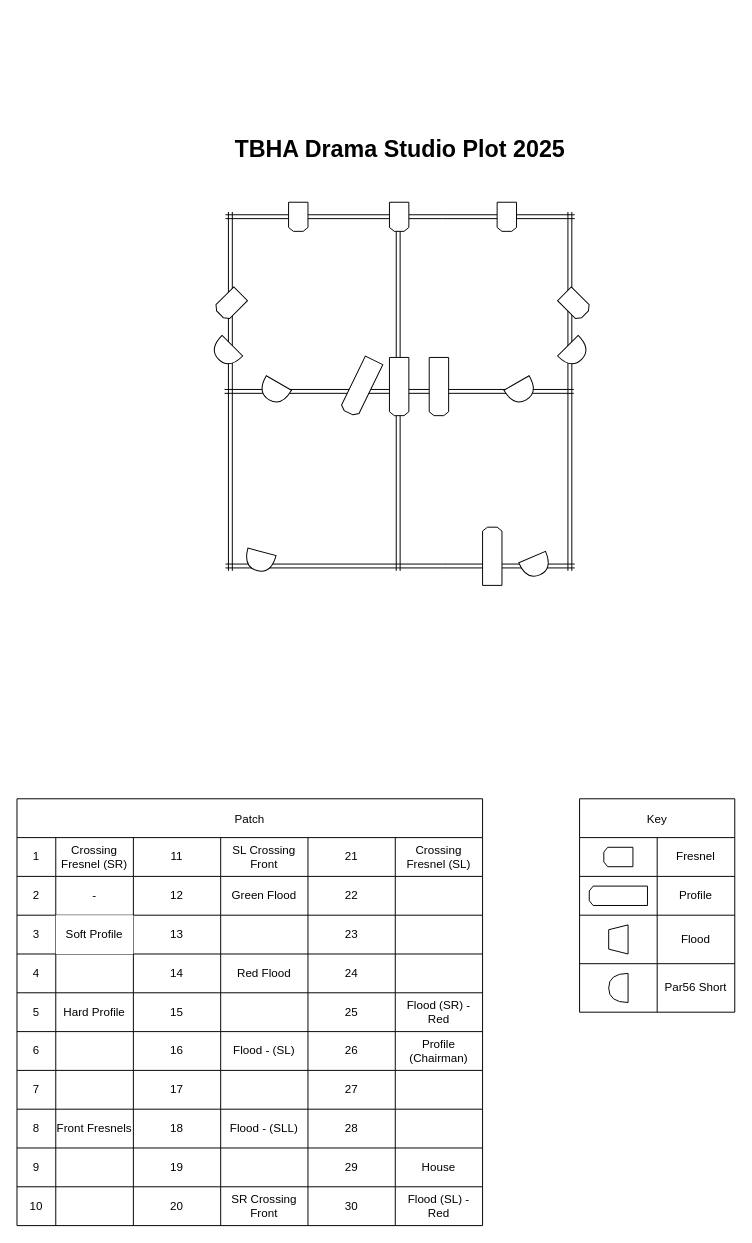
Oliver2081/lighting-plots keeps this draw.io diagram as Drama Studio 2025.drawio. Above is the earlier version. Source tidied: cells renumbered, new cells numbered last; positions are measured from the earlier drawing's top-left corner, leaving out a move shared by most shapes. Both pictures are drawn from the tidied source at 97%, with x=0, y=0 at pixel (16, 129).
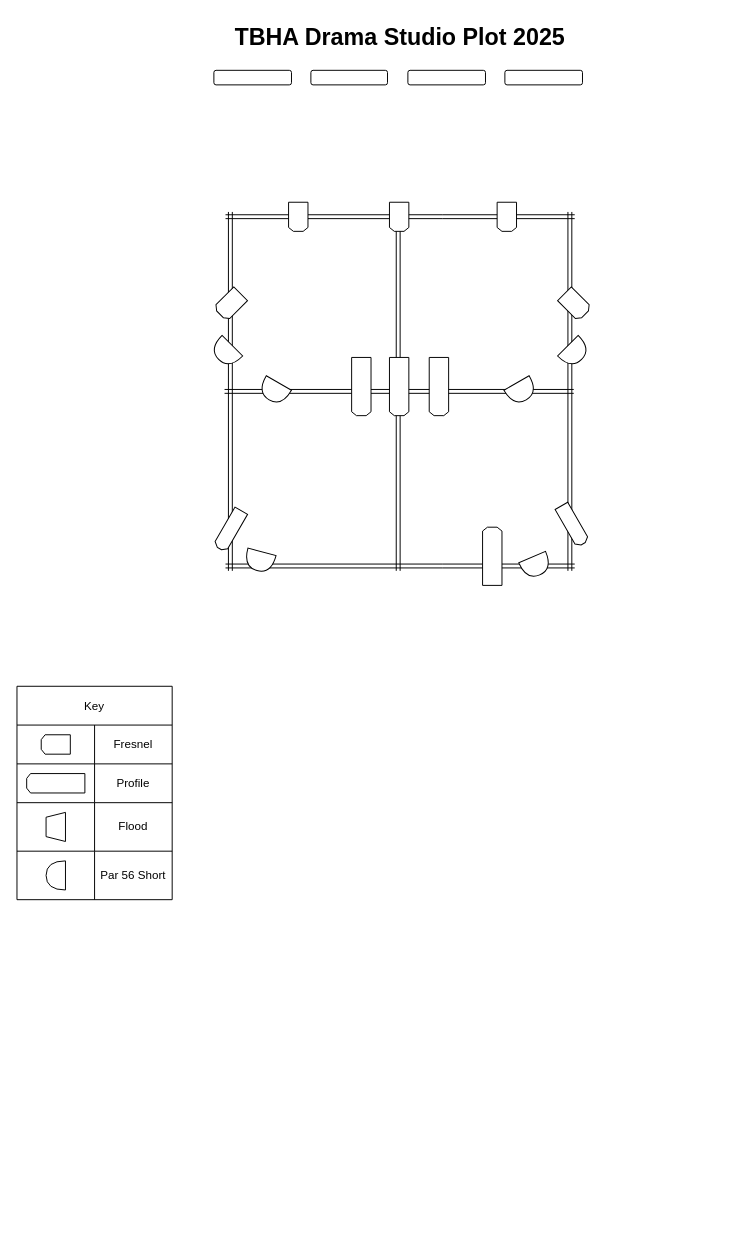
The same diagram, later.

Unchanged cells that the change refers to:
```xml
<mxCell id="12" style="shape=tableRow;horizontal=0;startSize=0;swimlaneHead=0;swimlaneBody=0;strokeColor=inherit;top=0;left=0;bottom=0;right=0;fillColor=none;" parent="2" vertex="1">
  <mxGeometry y="170" width="160" height="50" as="geometry" />
</mxCell>
```

What changed in the source:
```diff
@@
     <mxCell id="2" value="Key" style="shape=table;startSize=40;childLayout=tableLayout;" parent="1" vertex="1">
-      <mxGeometry x="580" y="690" width="160" height="220" as="geometry" />
+      <mxGeometry y="574" width="160" height="220" as="geometry" />
     </mxCell>
@@
-    <mxCell id="14" value="Par56 Short" style="shape=partialRectangle;html=1;whiteSpace=wrap;strokeColor=inherit;overflow=hidden;fillColor=none;top=0;left=0;bottom=0;right=0;" parent="12" vertex="1">
+    <mxCell id="14" value="Par 56 Short" style="shape=partialRectangle;html=1;whiteSpace=wrap;strokeColor=inherit;overflow=hidden;fillColor=none;top=0;left=0;bottom=0;right=0;" parent="12" vertex="1">
       <mxGeometry x="80" width="80" height="50" as="geometry" />
     </mxCell>
@@
     <mxCell id="17" value="&lt;h1 style=&quot;margin-top: 0px;&quot;&gt;TBHA Drama Studio Plot 2025&lt;/h1&gt;" style="text;html=1;whiteSpace=wrap;overflow=hidden;rounded=0;align=center;" parent="1" vertex="1">
-      <mxGeometry x="55" width="680" height="40" as="geometry" />
+      <mxGeometry x="55" y="-116" width="680" height="40" as="geometry" />
     </mxCell>
     <mxCell id="18" style="shape=loopLimit;whiteSpace=wrap;html=1;rotation=0;size=5;direction=north;" parent="1" vertex="1">
-      <mxGeometry x="605" y="740" width="30" height="20" as="geometry" />
+      <mxGeometry x="25" y="624" width="30" height="20" as="geometry" />
     </mxCell>
     <mxCell id="19" style="shape=loopLimit;whiteSpace=wrap;html=1;rotation=0;size=5;labelBorderColor=default;align=center;verticalAlign=middle;direction=north;" parent="1" vertex="1">
-      <mxGeometry x="590" y="780" width="60" height="20" as="geometry" />
+      <mxGeometry x="10" y="664" width="60" height="20" as="geometry" />
     </mxCell>
     <mxCell id="20" style="shape=trapezoid;perimeter=trapezoidPerimeter;whiteSpace=wrap;html=1;fixedSize=1;size=5;direction=north;" parent="1" vertex="1">
-      <mxGeometry x="610" y="820" width="20" height="30" as="geometry" />
+      <mxGeometry x="30" y="704" width="20" height="30" as="geometry" />
     </mxCell>
-    <mxCell id="21" value="Patch" style="shape=table;startSize=40;childLayout=tableLayout;" parent="1" vertex="1">
-      <mxGeometry y="690" width="480" height="440" as="geometry" />
-    </mxCell>
-    <mxCell id="22" style="shape=tableRow;horizontal=0;startSize=0;swimlaneHead=0;swimlaneBody=0;strokeColor=inherit;top=0;left=0;bottom=0;right=0;fillColor=none;" parent="21" vertex="1">
-      <mxGeometry y="40" width="480" height="40" as="geometry" />
-    </mxCell>
-    <mxCell id="23" value="1" style="shape=partialRectangle;html=1;whiteSpace=wrap;strokeColor=inherit;overflow=hidden;fillColor=none;top=0;left=0;bottom=0;right=0;" parent="22" vertex="1">
-      <mxGeometry width="40" height="40" as="geometry" />
-    </mxCell>
-    <mxCell id="24" value="Crossing Fresnel (SR)" style="shape=partialRectangle;html=1;whiteSpace=wrap;strokeColor=inherit;overflow=hidden;fillColor=none;top=0;left=0;bottom=0;right=0;" parent="22" vertex="1">
-      <mxGeometry x="40" width="80" height="40" as="geometry" />
-    </mxCell>
-    <mxCell id="25" value="11" style="shape=partialRectangle;html=1;whiteSpace=wrap;strokeColor=inherit;overflow=hidden;fillColor=none;top=0;left=0;bottom=0;right=0;" parent="22" vertex="1">
-      <mxGeometry x="120" width="90" height="40" as="geometry" />
-    </mxCell>
-    <mxCell id="26" value="SL Crossing Front" style="shape=partialRectangle;html=1;whiteSpace=wrap;strokeColor=inherit;overflow=hidden;fillColor=none;top=0;left=0;bottom=0;right=0;" parent="22" vertex="1">
-      <mxGeometry x="210" width="90" height="40" as="geometry" />
-    </mxCell>
-    <mxCell id="27" value="21" style="shape=partialRectangle;html=1;whiteSpace=wrap;strokeColor=inherit;overflow=hidden;fillColor=none;top=0;left=0;bottom=0;right=0;" parent="22" vertex="1">
-      <mxGeometry x="300" width="90" height="40" as="geometry" />
-    </mxCell>
-    <mxCell id="28" value="Crossing Fresnel (SL)" style="shape=partialRectangle;html=1;whiteSpace=wrap;strokeColor=inherit;overflow=hidden;fillColor=none;top=0;left=0;bottom=0;right=0;" parent="22" vertex="1">
-      <mxGeometry x="390" width="90" height="40" as="geometry" />
-    </mxCell>
-    <mxCell id="29" style="shape=tableRow;horizontal=0;startSize=0;swimlaneHead=0;swimlaneBody=0;strokeColor=inherit;top=0;left=0;bottom=0;right=0;fillColor=none;" parent="21" vertex="1">
-      <mxGeometry y="80" width="480" height="40" as="geometry" />
-    </mxCell>
-    <mxCell id="30" value="2" style="shape=partialRectangle;html=1;whiteSpace=wrap;strokeColor=inherit;overflow=hidden;fillColor=none;top=0;left=0;bottom=0;right=0;" parent="29" vertex="1">
-      <mxGeometry width="40" height="40" as="geometry" />
-    </mxCell>
-    <mxCell id="31" value="-" style="shape=partialRectangle;html=1;whiteSpace=wrap;strokeColor=inherit;overflow=hidden;fillColor=none;top=0;left=0;bottom=0;right=0;" parent="29" vertex="1">
-      <mxGeometry x="40" width="80" height="40" as="geometry" />
-    </mxCell>
-    <mxCell id="32" value="12" style="shape=partialRectangle;html=1;whiteSpace=wrap;strokeColor=inherit;overflow=hidden;fillColor=none;top=0;left=0;bottom=0;right=0;" parent="29" vertex="1">
-      <mxGeometry x="120" width="90" height="40" as="geometry" />
-    </mxCell>
-    <mxCell id="33" value="Green Flood" style="shape=partialRectangle;html=1;whiteSpace=wrap;strokeColor=inherit;overflow=hidden;fillColor=none;top=0;left=0;bottom=0;right=0;" parent="29" vertex="1">
-      <mxGeometry x="210" width="90" height="40" as="geometry" />
-    </mxCell>
-    <mxCell id="34" value="22" style="shape=partialRectangle;html=1;whiteSpace=wrap;strokeColor=inherit;overflow=hidden;fillColor=none;top=0;left=0;bottom=0;right=0;" parent="29" vertex="1">
-      <mxGeometry x="300" width="90" height="40" as="geometry" />
-    </mxCell>
-    <mxCell id="35" style="shape=partialRectangle;html=1;whiteSpace=wrap;strokeColor=inherit;overflow=hidden;fillColor=none;top=0;left=0;bottom=0;right=0;" parent="29" vertex="1">
-      <mxGeometry x="390" width="90" height="40" as="geometry" />
-    </mxCell>
-    <mxCell id="36" style="shape=tableRow;horizontal=0;startSize=0;swimlaneHead=0;swimlaneBody=0;strokeColor=inherit;top=0;left=0;bottom=0;right=0;fillColor=none;" parent="21" vertex="1">
-      <mxGeometry y="120" width="480" height="40" as="geometry" />
-    </mxCell>
-    <mxCell id="37" value="3" style="shape=partialRectangle;html=1;whiteSpace=wrap;strokeColor=inherit;overflow=hidden;fillColor=none;top=0;left=0;bottom=0;right=0;" parent="36" vertex="1">
-      <mxGeometry width="40" height="40" as="geometry" />
-    </mxCell>
-    <mxCell id="38" value="Soft Profile" style="shape=partialRectangle;html=1;whiteSpace=wrap;strokeColor=inherit;overflow=hidden;fillColor=default;top=0;left=0;bottom=0;right=0;" parent="36" vertex="1">
-      <mxGeometry x="40" width="80" height="40" as="geometry" />
-    </mxCell>
-    <mxCell id="39" value="13" style="shape=partialRectangle;html=1;whiteSpace=wrap;strokeColor=inherit;overflow=hidden;fillColor=none;top=0;left=0;bottom=0;right=0;" parent="36" vertex="1">
-      <mxGeometry x="120" width="90" height="40" as="geometry" />
-    </mxCell>
-    <mxCell id="40" style="shape=partialRectangle;html=1;whiteSpace=wrap;strokeColor=inherit;overflow=hidden;fillColor=none;top=0;left=0;bottom=0;right=0;" parent="36" vertex="1">
-      <mxGeometry x="210" width="90" height="40" as="geometry" />
-    </mxCell>
-    <mxCell id="41" value="23" style="shape=partialRectangle;html=1;whiteSpace=wrap;strokeColor=inherit;overflow=hidden;fillColor=none;top=0;left=0;bottom=0;right=0;" parent="36" vertex="1">
-      <mxGeometry x="300" width="90" height="40" as="geometry" />
-    </mxCell>
-    <mxCell id="42" style="shape=partialRectangle;html=1;whiteSpace=wrap;strokeColor=inherit;overflow=hidden;fillColor=none;top=0;left=0;bottom=0;right=0;" parent="36" vertex="1">
-      <mxGeometry x="390" width="90" height="40" as="geometry" />
-    </mxCell>
-    <mxCell id="43" style="shape=tableRow;horizontal=0;startSize=0;swimlaneHead=0;swimlaneBody=0;strokeColor=inherit;top=0;left=0;bottom=0;right=0;fillColor=none;" parent="21" vertex="1">
-      <mxGeometry y="160" width="480" height="40" as="geometry" />
-    </mxCell>
-    <mxCell id="44" value="4" style="shape=partialRectangle;html=1;whiteSpace=wrap;strokeColor=inherit;overflow=hidden;fillColor=none;top=0;left=0;bottom=0;right=0;" parent="43" vertex="1">
-      <mxGeometry width="40" height="40" as="geometry" />
-    </mxCell>
-    <mxCell id="45" style="shape=partialRectangle;html=1;whiteSpace=wrap;strokeColor=inherit;overflow=hidden;fillColor=none;top=0;left=0;bottom=0;right=0;" parent="43" vertex="1">
-      <mxGeometry x="40" width="80" height="40" as="geometry" />
-    </mxCell>
-    <mxCell id="46" value="14" style="shape=partialRectangle;html=1;whiteSpace=wrap;strokeColor=inherit;overflow=hidden;fillColor=none;top=0;left=0;bottom=0;right=0;" parent="43" vertex="1">
-      <mxGeometry x="120" width="90" height="40" as="geometry" />
-    </mxCell>
-    <mxCell id="47" value="Red Flood" style="shape=partialRectangle;html=1;whiteSpace=wrap;strokeColor=inherit;overflow=hidden;fillColor=none;top=0;left=0;bottom=0;right=0;" parent="43" vertex="1">
-      <mxGeometry x="210" width="90" height="40" as="geometry" />
-    </mxCell>
-    <mxCell id="48" value="24" style="shape=partialRectangle;html=1;whiteSpace=wrap;strokeColor=inherit;overflow=hidden;fillColor=none;top=0;left=0;bottom=0;right=0;" parent="43" vertex="1">
-      <mxGeometry x="300" width="90" height="40" as="geometry" />
-    </mxCell>
-    <mxCell id="49" style="shape=partialRectangle;html=1;whiteSpace=wrap;strokeColor=inherit;overflow=hidden;fillColor=none;top=0;left=0;bottom=0;right=0;" parent="43" vertex="1">
-      <mxGeometry x="390" width="90" height="40" as="geometry" />
-    </mxCell>
-    <mxCell id="50" style="shape=tableRow;horizontal=0;startSize=0;swimlaneHead=0;swimlaneBody=0;strokeColor=inherit;top=0;left=0;bottom=0;right=0;fillColor=none;" parent="21" vertex="1">
-      <mxGeometry y="200" width="480" height="40" as="geometry" />
-    </mxCell>
-    <mxCell id="51" value="5" style="shape=partialRectangle;html=1;whiteSpace=wrap;strokeColor=inherit;overflow=hidden;fillColor=none;top=0;left=0;bottom=0;right=0;" parent="50" vertex="1">
-      <mxGeometry width="40" height="40" as="geometry" />
-    </mxCell>
-    <mxCell id="52" value="Hard Profile" style="shape=partialRectangle;html=1;whiteSpace=wrap;strokeColor=inherit;overflow=hidden;fillColor=none;top=0;left=0;bottom=0;right=0;" parent="50" vertex="1">
-      <mxGeometry x="40" width="80" height="40" as="geometry" />
-    </mxCell>
-    <mxCell id="53" value="15" style="shape=partialRectangle;html=1;whiteSpace=wrap;strokeColor=inherit;overflow=hidden;fillColor=none;top=0;left=0;bottom=0;right=0;" parent="50" vertex="1">
-      <mxGeometry x="120" width="90" height="40" as="geometry" />
-    </mxCell>
-    <mxCell id="54" style="shape=partialRectangle;html=1;whiteSpace=wrap;strokeColor=inherit;overflow=hidden;fillColor=none;top=0;left=0;bottom=0;right=0;" parent="50" vertex="1">
-      <mxGeometry x="210" width="90" height="40" as="geometry" />
-    </mxCell>
-    <mxCell id="55" value="25" style="shape=partialRectangle;html=1;whiteSpace=wrap;strokeColor=inherit;overflow=hidden;fillColor=none;top=0;left=0;bottom=0;right=0;" parent="50" vertex="1">
-      <mxGeometry x="300" width="90" height="40" as="geometry" />
-    </mxCell>
-    <mxCell id="56" value="Flood (SR) - Red" style="shape=partialRectangle;html=1;whiteSpace=wrap;strokeColor=inherit;overflow=hidden;fillColor=none;top=0;left=0;bottom=0;right=0;" parent="50" vertex="1">
-      <mxGeometry x="390" width="90" height="40" as="geometry" />
-    </mxCell>
-    <mxCell id="57" style="shape=tableRow;horizontal=0;startSize=0;swimlaneHead=0;swimlaneBody=0;strokeColor=inherit;top=0;left=0;bottom=0;right=0;fillColor=none;" parent="21" vertex="1">
-      <mxGeometry y="240" width="480" height="40" as="geometry" />
-    </mxCell>
-    <mxCell id="58" value="6" style="shape=partialRectangle;html=1;whiteSpace=wrap;strokeColor=inherit;overflow=hidden;fillColor=none;top=0;left=0;bottom=0;right=0;" parent="57" vertex="1">
-      <mxGeometry width="40" height="40" as="geometry" />
-    </mxCell>
-    <mxCell id="59" style="shape=partialRectangle;html=1;whiteSpace=wrap;strokeColor=inherit;overflow=hidden;fillColor=none;top=0;left=0;bottom=0;right=0;" parent="57" vertex="1">
-      <mxGeometry x="40" width="80" height="40" as="geometry" />
-    </mxCell>
-    <mxCell id="60" value="16" style="shape=partialRectangle;html=1;whiteSpace=wrap;strokeColor=inherit;overflow=hidden;fillColor=none;top=0;left=0;bottom=0;right=0;" parent="57" vertex="1">
-      <mxGeometry x="120" width="90" height="40" as="geometry" />
-    </mxCell>
-    <mxCell id="61" value="Flood - (SL)" style="shape=partialRectangle;html=1;whiteSpace=wrap;strokeColor=inherit;overflow=hidden;fillColor=none;top=0;left=0;bottom=0;right=0;" parent="57" vertex="1">
-      <mxGeometry x="210" width="90" height="40" as="geometry" />
-    </mxCell>
-    <mxCell id="62" value="26" style="shape=partialRectangle;html=1;whiteSpace=wrap;strokeColor=inherit;overflow=hidden;fillColor=none;top=0;left=0;bottom=0;right=0;" parent="57" vertex="1">
-      <mxGeometry x="300" width="90" height="40" as="geometry" />
-    </mxCell>
-    <mxCell id="63" value="Profile (Chairman)" style="shape=partialRectangle;html=1;whiteSpace=wrap;strokeColor=inherit;overflow=hidden;fillColor=none;top=0;left=0;bottom=0;right=0;" parent="57" vertex="1">
-      <mxGeometry x="390" width="90" height="40" as="geometry" />
-    </mxCell>
-    <mxCell id="64" style="shape=tableRow;horizontal=0;startSize=0;swimlaneHead=0;swimlaneBody=0;strokeColor=inherit;top=0;left=0;bottom=0;right=0;fillColor=none;" parent="21" vertex="1">
-      <mxGeometry y="280" width="480" height="40" as="geometry" />
-    </mxCell>
-    <mxCell id="65" value="7" style="shape=partialRectangle;html=1;whiteSpace=wrap;strokeColor=inherit;overflow=hidden;fillColor=none;top=0;left=0;bottom=0;right=0;" parent="64" vertex="1">
-      <mxGeometry width="40" height="40" as="geometry" />
-    </mxCell>
-    <mxCell id="66" style="shape=partialRectangle;html=1;whiteSpace=wrap;strokeColor=inherit;overflow=hidden;fillColor=none;top=0;left=0;bottom=0;right=0;" parent="64" vertex="1">
-      <mxGeometry x="40" width="80" height="40" as="geometry" />
-    </mxCell>
-    <mxCell id="67" value="17" style="shape=partialRectangle;html=1;whiteSpace=wrap;strokeColor=inherit;overflow=hidden;fillColor=none;top=0;left=0;bottom=0;right=0;" parent="64" vertex="1">
-      <mxGeometry x="120" width="90" height="40" as="geometry" />
-    </mxCell>
-    <mxCell id="68" style="shape=partialRectangle;html=1;whiteSpace=wrap;strokeColor=inherit;overflow=hidden;fillColor=none;top=0;left=0;bottom=0;right=0;" parent="64" vertex="1">
-      <mxGeometry x="210" width="90" height="40" as="geometry" />
-    </mxCell>
-    <mxCell id="69" value="27" style="shape=partialRectangle;html=1;whiteSpace=wrap;strokeColor=inherit;overflow=hidden;fillColor=none;top=0;left=0;bottom=0;right=0;" parent="64" vertex="1">
-      <mxGeometry x="300" width="90" height="40" as="geometry" />
-    </mxCell>
-    <mxCell id="70" style="shape=partialRectangle;html=1;whiteSpace=wrap;strokeColor=inherit;overflow=hidden;fillColor=none;top=0;left=0;bottom=0;right=0;" parent="64" vertex="1">
-      <mxGeometry x="390" width="90" height="40" as="geometry" />
-    </mxCell>
-    <mxCell id="71" style="shape=tableRow;horizontal=0;startSize=0;swimlaneHead=0;swimlaneBody=0;strokeColor=inherit;top=0;left=0;bottom=0;right=0;fillColor=none;" parent="21" vertex="1">
-      <mxGeometry y="320" width="480" height="40" as="geometry" />
-    </mxCell>
-    <mxCell id="72" value="8" style="shape=partialRectangle;html=1;whiteSpace=wrap;strokeColor=inherit;overflow=hidden;fillColor=none;top=0;left=0;bottom=0;right=0;" parent="71" vertex="1">
-      <mxGeometry width="40" height="40" as="geometry" />
-    </mxCell>
-    <mxCell id="73" value="Front Fresnels" style="shape=partialRectangle;html=1;whiteSpace=wrap;strokeColor=inherit;overflow=hidden;fillColor=none;top=0;left=0;bottom=0;right=0;" parent="71" vertex="1">
-      <mxGeometry x="40" width="80" height="40" as="geometry" />
-    </mxCell>
-    <mxCell id="74" value="18" style="shape=partialRectangle;html=1;whiteSpace=wrap;strokeColor=inherit;overflow=hidden;fillColor=none;top=0;left=0;bottom=0;right=0;" parent="71" vertex="1">
-      <mxGeometry x="120" width="90" height="40" as="geometry" />
-    </mxCell>
-    <mxCell id="75" value="Flood - (SLL)" style="shape=partialRectangle;html=1;whiteSpace=wrap;strokeColor=inherit;overflow=hidden;fillColor=none;top=0;left=0;bottom=0;right=0;" parent="71" vertex="1">
-      <mxGeometry x="210" width="90" height="40" as="geometry" />
-    </mxCell>
-    <mxCell id="76" value="28" style="shape=partialRectangle;html=1;whiteSpace=wrap;strokeColor=inherit;overflow=hidden;fillColor=none;top=0;left=0;bottom=0;right=0;" parent="71" vertex="1">
-      <mxGeometry x="300" width="90" height="40" as="geometry" />
-    </mxCell>
-    <mxCell id="77" style="shape=partialRectangle;html=1;whiteSpace=wrap;strokeColor=inherit;overflow=hidden;fillColor=none;top=0;left=0;bottom=0;right=0;" parent="71" vertex="1">
-      <mxGeometry x="390" width="90" height="40" as="geometry" />
-    </mxCell>
-    <mxCell id="78" style="shape=tableRow;horizontal=0;startSize=0;swimlaneHead=0;swimlaneBody=0;strokeColor=inherit;top=0;left=0;bottom=0;right=0;fillColor=none;" parent="21" vertex="1">
-      <mxGeometry y="360" width="480" height="40" as="geometry" />
-    </mxCell>
-    <mxCell id="79" value="9" style="shape=partialRectangle;html=1;whiteSpace=wrap;strokeColor=inherit;overflow=hidden;fillColor=none;top=0;left=0;bottom=0;right=0;" parent="78" vertex="1">
-      <mxGeometry width="40" height="40" as="geometry" />
-    </mxCell>
-    <mxCell id="80" style="shape=partialRectangle;html=1;whiteSpace=wrap;strokeColor=inherit;overflow=hidden;fillColor=none;top=0;left=0;bottom=0;right=0;" parent="78" vertex="1">
-      <mxGeometry x="40" width="80" height="40" as="geometry" />
-    </mxCell>
-    <mxCell id="81" value="19" style="shape=partialRectangle;html=1;whiteSpace=wrap;strokeColor=inherit;overflow=hidden;fillColor=none;top=0;left=0;bottom=0;right=0;" parent="78" vertex="1">
-      <mxGeometry x="120" width="90" height="40" as="geometry" />
-    </mxCell>
-    <mxCell id="82" style="shape=partialRectangle;html=1;whiteSpace=wrap;strokeColor=inherit;overflow=hidden;fillColor=none;top=0;left=0;bottom=0;right=0;" parent="78" vertex="1">
-      <mxGeometry x="210" width="90" height="40" as="geometry" />
-    </mxCell>
-    <mxCell id="83" value="29" style="shape=partialRectangle;html=1;whiteSpace=wrap;strokeColor=inherit;overflow=hidden;fillColor=none;top=0;left=0;bottom=0;right=0;" parent="78" vertex="1">
-      <mxGeometry x="300" width="90" height="40" as="geometry" />
-    </mxCell>
-    <mxCell id="84" value="House" style="shape=partialRectangle;html=1;whiteSpace=wrap;strokeColor=inherit;overflow=hidden;fillColor=none;top=0;left=0;bottom=0;right=0;" parent="78" vertex="1">
-      <mxGeometry x="390" width="90" height="40" as="geometry" />
-    </mxCell>
-    <mxCell id="85" style="shape=tableRow;horizontal=0;startSize=0;swimlaneHead=0;swimlaneBody=0;strokeColor=inherit;top=0;left=0;bottom=0;right=0;fillColor=none;" parent="21" vertex="1">
-      <mxGeometry y="400" width="480" height="40" as="geometry" />
-    </mxCell>
-    <mxCell id="86" value="10" style="shape=partialRectangle;html=1;whiteSpace=wrap;strokeColor=inherit;overflow=hidden;fillColor=none;top=0;left=0;bottom=0;right=0;" parent="85" vertex="1">
-      <mxGeometry width="40" height="40" as="geometry" />
-    </mxCell>
-    <mxCell id="87" style="shape=partialRectangle;html=1;whiteSpace=wrap;strokeColor=inherit;overflow=hidden;fillColor=none;top=0;left=0;bottom=0;right=0;" parent="85" vertex="1">
-      <mxGeometry x="40" width="80" height="40" as="geometry" />
-    </mxCell>
-    <mxCell id="88" value="20" style="shape=partialRectangle;html=1;whiteSpace=wrap;strokeColor=inherit;overflow=hidden;fillColor=none;top=0;left=0;bottom=0;right=0;" parent="85" vertex="1">
-      <mxGeometry x="120" width="90" height="40" as="geometry" />
-    </mxCell>
-    <mxCell id="89" value="SR Crossing Front" style="shape=partialRectangle;html=1;whiteSpace=wrap;strokeColor=inherit;overflow=hidden;fillColor=none;top=0;left=0;bottom=0;right=0;" parent="85" vertex="1">
-      <mxGeometry x="210" width="90" height="40" as="geometry" />
-    </mxCell>
-    <mxCell id="90" value="30" style="shape=partialRectangle;html=1;whiteSpace=wrap;strokeColor=inherit;overflow=hidden;fillColor=none;top=0;left=0;bottom=0;right=0;" parent="85" vertex="1">
-      <mxGeometry x="300" width="90" height="40" as="geometry" />
-    </mxCell>
-    <mxCell id="91" value="Flood (SL) - Red" style="shape=partialRectangle;html=1;whiteSpace=wrap;strokeColor=inherit;overflow=hidden;fillColor=none;top=0;left=0;bottom=0;right=0;" parent="85" vertex="1">
-      <mxGeometry x="390" width="90" height="40" as="geometry" />
-    </mxCell>
@@
     <mxCell id="96" style="shape=or;whiteSpace=wrap;html=1;direction=west;" parent="1" vertex="1">
-      <mxGeometry x="610" y="870" width="20" height="30" as="geometry" />
+      <mxGeometry x="30" y="754" width="20" height="30" as="geometry" />
     </mxCell>
@@
-    <mxCell id="108" style="shape=loopLimit;whiteSpace=wrap;html=1;rotation=26;size=5;labelBorderColor=default;align=center;verticalAlign=middle;direction=west;" parent="1" vertex="1">
+    <mxCell id="108" style="shape=loopLimit;whiteSpace=wrap;html=1;rotation=0;size=5;labelBorderColor=default;align=center;verticalAlign=middle;direction=west;" parent="1" vertex="1">
       <mxGeometry x="345" y="235" width="20" height="60" as="geometry" />
     </mxCell>
@@
+    <mxCell id="112" style="shape=loopLimit;whiteSpace=wrap;html=1;rotation=30;size=5;labelBorderColor=default;align=center;verticalAlign=middle;direction=west;" parent="1" vertex="1">
+      <mxGeometry x="212.5" y="390" width="15" height="45" as="geometry" />
+    </mxCell>
+    <mxCell id="113" style="shape=loopLimit;whiteSpace=wrap;html=1;rotation=-30;size=5;labelBorderColor=default;align=center;verticalAlign=middle;direction=west;" parent="1" vertex="1">
+      <mxGeometry x="565" y="385" width="15" height="45" as="geometry" />
+    </mxCell>
+    <mxCell id="114" style="rounded=1;whiteSpace=wrap;html=1;" parent="1" vertex="1">
+      <mxGeometry x="203" y="-61" width="80" height="15" as="geometry" />
+    </mxCell>
+    <mxCell id="115" style="rounded=1;whiteSpace=wrap;html=1;" parent="1" vertex="1">
+      <mxGeometry x="303" y="-61" width="79" height="15" as="geometry" />
+    </mxCell>
+    <mxCell id="116" style="rounded=1;whiteSpace=wrap;html=1;" parent="1" vertex="1">
+      <mxGeometry x="403" y="-61" width="80" height="15" as="geometry" />
+    </mxCell>
+    <mxCell id="117" style="rounded=1;whiteSpace=wrap;html=1;" parent="1" vertex="1">
+      <mxGeometry x="503" y="-61" width="80" height="15" as="geometry" />
+    </mxCell>
```
